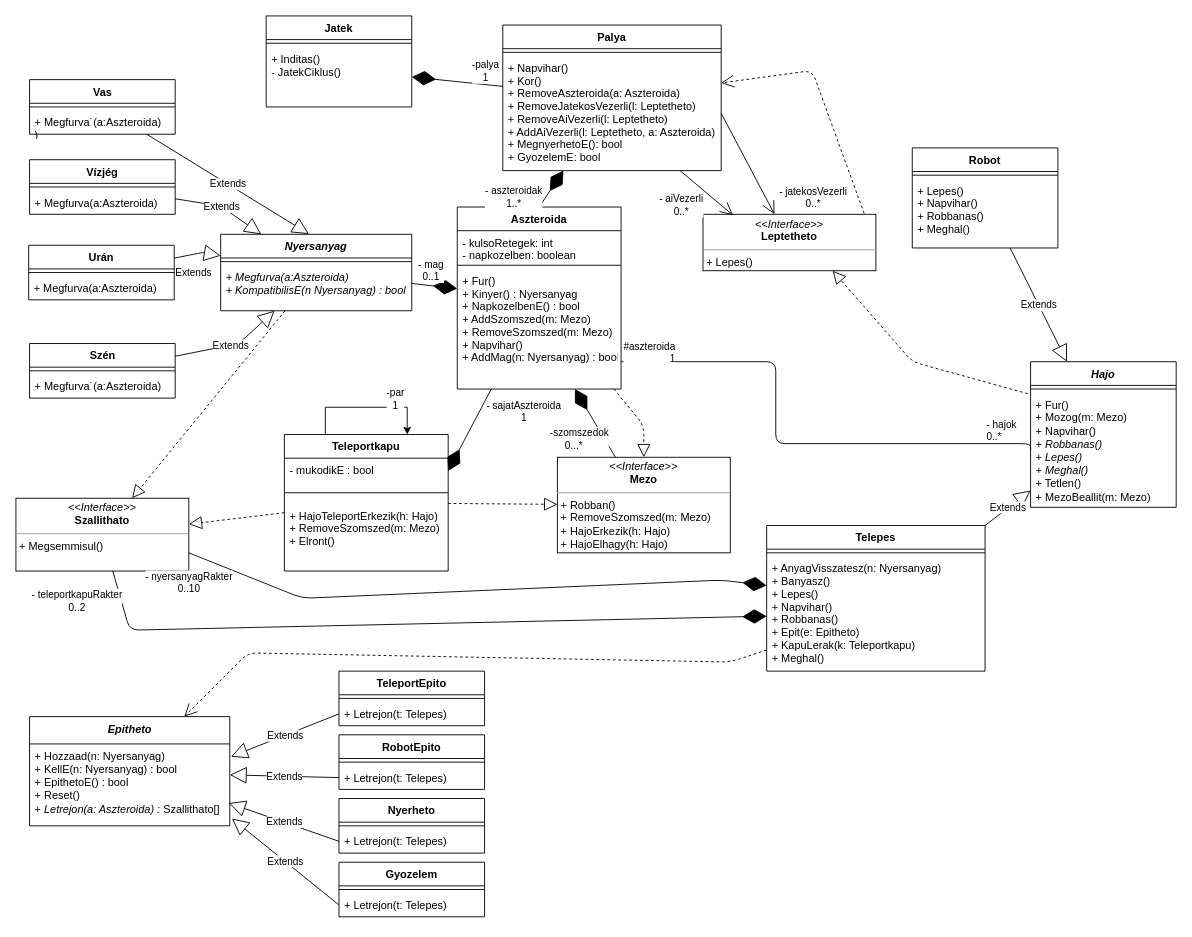
Earlier version of the draw.io diagram page "Page-1" (1 of 2) of doc/uml/class.drawio (torpeBoiGo/aszteroidabanyaszat). Source tidied: cells renumbered, new cells numbered last; positions are measured from the earlier drawing's top-left corner, leaving out a move shared by most shapes. Both pictures are drawn from the tidied source at 91%, with x=0, y=0 at pixel (15, 15).
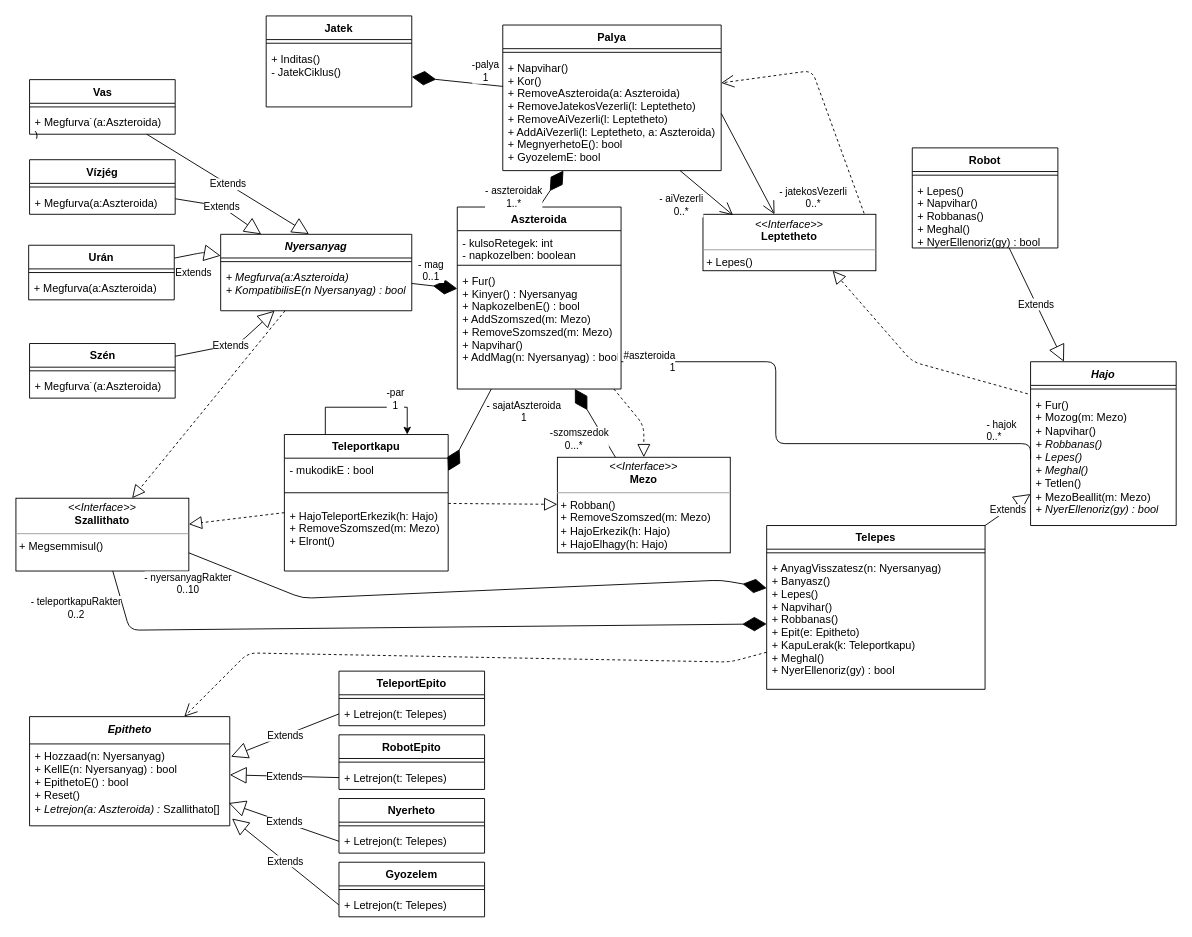
The same diagram, later.

Unchanged cells that the change refers to:
```xml
<mxCell id="13" value="Robot" style="swimlane;fontStyle=1;align=center;verticalAlign=top;horizontal=1;startSize=26;" parent="1" vertex="1">
  <mxGeometry x="985" y="145" width="160" height="110" as="geometry" />
</mxCell>
```

The edit, as a diff of the source:
```diff
@@
-    <mxCell id="15" value="+ Lepes()&#10;+ Napvihar()&#10;+ Robbanas()&#10;+ Meghal()" style="text;strokeColor=none;fillColor=none;align=left;verticalAlign=top;spacingLeft=4;spacingRight=4;overflow=hidden;" parent="13" vertex="1">
+    <mxCell id="15" value="+ Lepes()&#10;+ Napvihar()&#10;+ Robbanas()&#10;+ Meghal()&#10;+ NyerEllenoriz(gy) : bool" style="text;strokeColor=none;fillColor=none;align=left;verticalAlign=top;spacingLeft=4;spacingRight=4;overflow=hidden;" parent="13" vertex="1">
       <mxGeometry y="34" width="160" height="76" as="geometry" />
     </mxCell>
     <mxCell id="16" value="Telepes" style="swimlane;fontStyle=1;align=center;verticalAlign=top;horizontal=1;startSize=26;" parent="1" vertex="1">
-      <mxGeometry x="825" y="560" width="240" height="160" as="geometry" />
+      <mxGeometry x="825" y="560" width="240" height="180" as="geometry" />
     </mxCell>
@@
-    <mxCell id="18" value="+ AnyagVisszatesz(n: Nyersanyag)&#10;+ Banyasz()&#10;+ Lepes()&#10;+ Napvihar()&#10;+ Robbanas()&#10;+ Epit(e: Epitheto)&#10;+ KapuLerak(k: Teleportkapu)&#10;+ Meghal()" style="text;strokeColor=none;fillColor=none;align=left;verticalAlign=top;spacingLeft=4;spacingRight=4;overflow=hidden;points=[[0,0.5],[1,0.5]];portConstraint=eastwest;" parent="16" vertex="1">
-      <mxGeometry y="34" width="240" height="126" as="geometry" />
+    <mxCell id="18" value="+ AnyagVisszatesz(n: Nyersanyag)&#10;+ Banyasz()&#10;+ Lepes()&#10;+ Napvihar()&#10;+ Robbanas()&#10;+ Epit(e: Epitheto)&#10;+ KapuLerak(k: Teleportkapu)&#10;+ Meghal()&#10;+ NyerEllenoriz(gy) : bool" style="text;strokeColor=none;fillColor=none;align=left;verticalAlign=top;spacingLeft=4;spacingRight=4;overflow=hidden;points=[[0,0.5],[1,0.5]];portConstraint=eastwest;" parent="16" vertex="1">
+      <mxGeometry y="34" width="240" height="146" as="geometry" />
     </mxCell>
     <mxCell id="19" value="Hajo" style="swimlane;fontStyle=3;align=center;verticalAlign=top;horizontal=1;startSize=26;" parent="1" vertex="1">
-      <mxGeometry x="1115" y="380" width="160" height="160" as="geometry" />
+      <mxGeometry x="1115" y="380" width="160" height="180" as="geometry" />
     </mxCell>
@@
-    <mxCell id="21" value="+ Fur()&lt;br&gt;+ Mozog(m: Mezo)&lt;br&gt;+ Napvihar()&lt;br&gt;&lt;i&gt;+ Robbanas()&lt;br&gt;+ Lepes()&lt;br&gt;+ Meghal()&lt;/i&gt;&lt;br&gt;+ Tetlen()&lt;br&gt;+ MezoBeallit(m: Mezo)" style="text;strokeColor=none;fillColor=none;align=left;verticalAlign=top;spacingLeft=4;spacingRight=4;overflow=hidden;points=[[0,0.5],[1,0.5]];portConstraint=eastwest;fontStyle=0;html=1;" parent="19" vertex="1">
-      <mxGeometry y="34" width="160" height="126" as="geometry" />
+    <mxCell id="21" value="+ Fur()&lt;br&gt;+ Mozog(m: Mezo)&lt;br&gt;+ Napvihar()&lt;br&gt;&lt;i&gt;+ Robbanas()&lt;br&gt;+ Lepes()&lt;br&gt;+ Meghal()&lt;/i&gt;&lt;br&gt;+ Tetlen()&lt;br&gt;+ MezoBeallit(m: Mezo)&lt;br&gt;&lt;i&gt;+ NyerEllenoriz(gy) : bool&lt;/i&gt;" style="text;strokeColor=none;fillColor=none;align=left;verticalAlign=top;spacingLeft=4;spacingRight=4;overflow=hidden;points=[[0,0.5],[1,0.5]];portConstraint=eastwest;fontStyle=0;html=1;" parent="19" vertex="1">
+      <mxGeometry y="34" width="160" height="146" as="geometry" />
     </mxCell>
```
